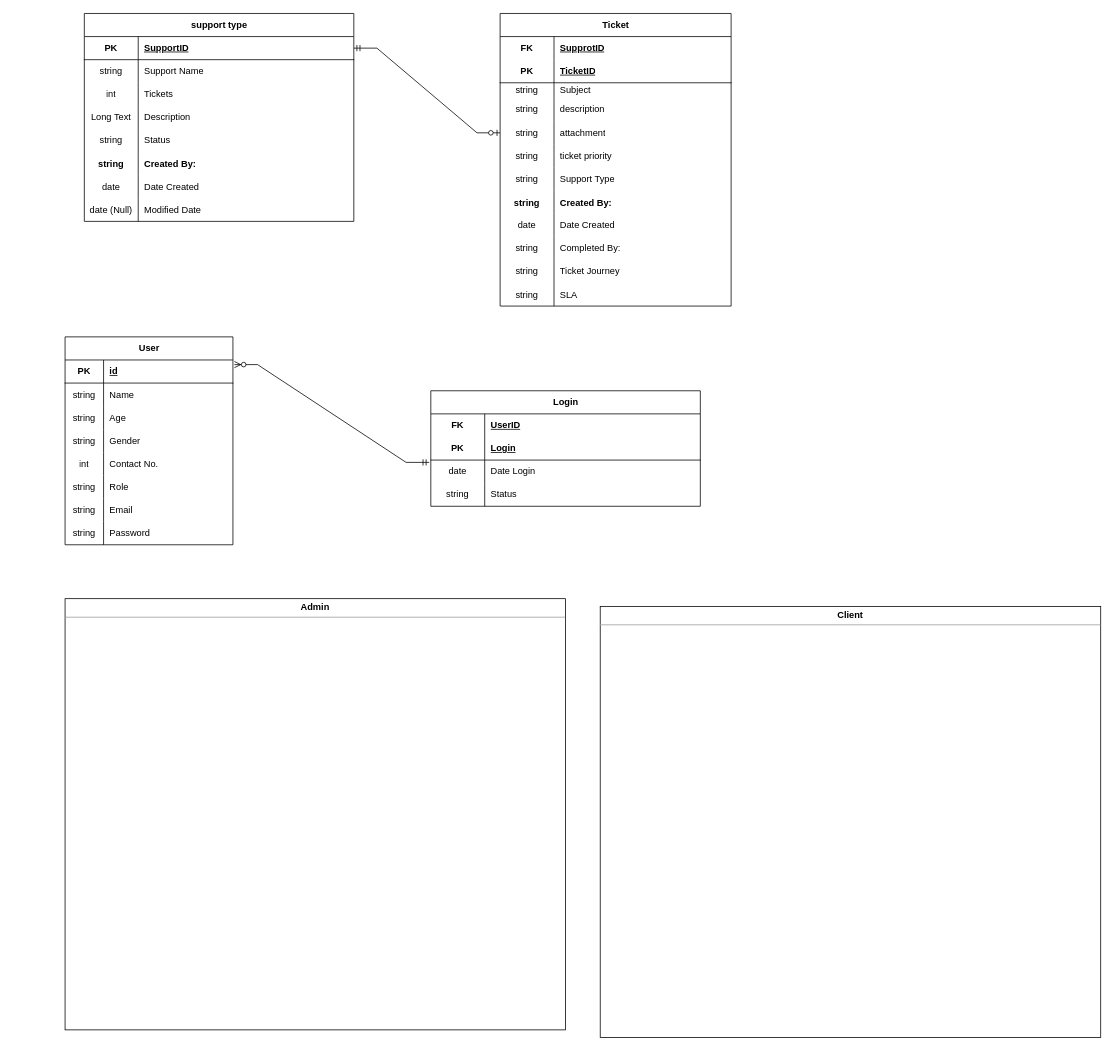
This is page "Page-1" (1 of 2) of hackdesk-erd.drawio from clydeaaron/hackdesk-erd, a draw.io file, before an edit. Source tidied: cells renumbered, new cells numbered last; positions are measured from the earlier drawing's top-left corner, leaving out a move shared by most shapes. Both pictures are drawn from the tidied source at 77%, with x=0, y=0 at pixel (65, 13).
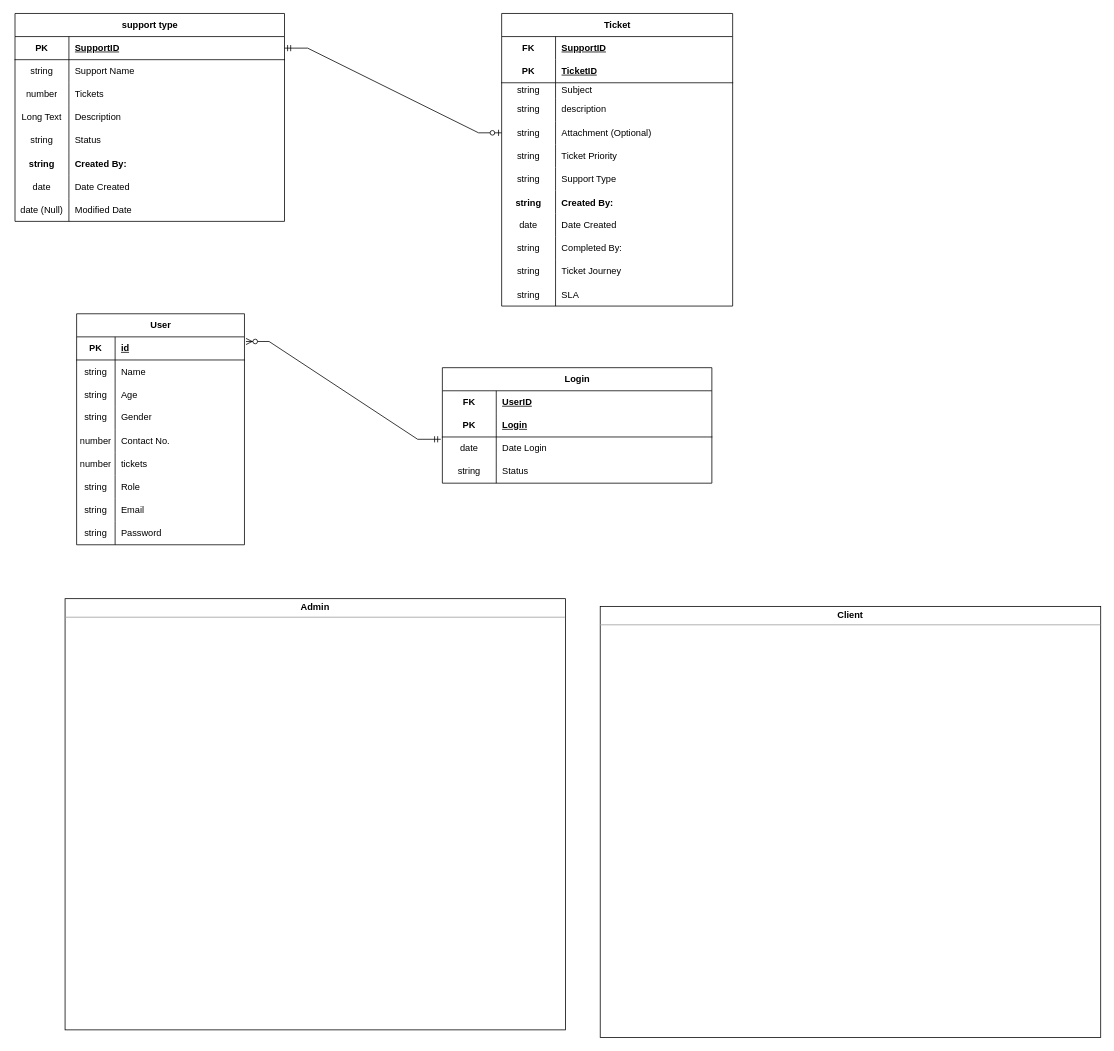
Above is the later version.

The change refers to these unchanged cells:
```xml
<mxCell id="4" style="shape=tableRow;horizontal=0;startSize=0;swimlaneHead=0;swimlaneBody=0;fillColor=none;top=0;left=0;right=0;bottom=0;" parent="3" vertex="1">
  <mxGeometry y="30" width="300" height="30" as="geometry" />
</mxCell>
<mxCell id="16" style="shape=tableRow;horizontal=0;startSize=0;swimlaneHead=0;swimlaneBody=0;fillColor=none;points=[[0,0.5],[1,0.5]];portConstraint=eastwest;top=0;left=0;right=0;bottom=0;" parent="3" vertex="1">
  <mxGeometry y="140" width="300" height="30" as="geometry" />
</mxCell>
<mxCell id="19" style="shape=tableRow;horizontal=0;startSize=0;swimlaneHead=0;swimlaneBody=0;fillColor=none;top=0;left=0;right=0;bottom=0;" parent="3" vertex="1">
  <mxGeometry y="170" width="300" height="30" as="geometry" />
</mxCell>
<mxCell id="54" style="shape=tableRow;horizontal=0;startSize=0;swimlaneHead=0;swimlaneBody=0;fillColor=none;top=0;left=0;right=0;bottom=0;" parent="41" vertex="1">
  <mxGeometry y="150" width="218" height="30" as="geometry" />
</mxCell>
<mxCell id="73" style="shape=tableRow;horizontal=0;startSize=0;swimlaneHead=0;swimlaneBody=0;fillColor=none;top=0;left=0;right=0;bottom=0;" parent="66" vertex="1">
  <mxGeometry y="90" width="350" height="30" as="geometry" />
</mxCell>
```

Diff of the diagram source:
```diff
@@
     <mxCell id="3" value="Ticket" style="shape=table;startSize=30;childLayout=tableLayout;rowLines=0;fontStyle=1;align=center;html=1;" parent="1" vertex="1">
-      <mxGeometry x="565" width="300" height="380" as="geometry" />
+      <mxGeometry x="567" width="300" height="380" as="geometry" />
     </mxCell>
@@
-    <mxCell id="6" value="SupprotID" style="shape=partialRectangle;fillColor=none;top=0;left=0;bottom=0;right=0;align=left;spacingLeft=6;fontStyle=5;overflow=hidden;whiteSpace=wrap;html=1;" parent="4" vertex="1">
+    <mxCell id="6" value="SupportID" style="shape=partialRectangle;fillColor=none;top=0;left=0;bottom=0;right=0;align=left;spacingLeft=6;fontStyle=5;overflow=hidden;whiteSpace=wrap;html=1;" parent="4" vertex="1">
       <mxGeometry x="70" width="230" height="30" as="geometry" />
     </mxCell>
@@
-    <mxCell id="18" value="attachment" style="shape=partialRectangle;fillColor=none;top=0;left=0;bottom=0;right=0;align=left;spacingLeft=6;overflow=hidden;whiteSpace=wrap;html=1;" parent="16" vertex="1">
+    <mxCell id="18" value="Attachment (Optional)" style="shape=partialRectangle;fillColor=none;top=0;left=0;bottom=0;right=0;align=left;spacingLeft=6;overflow=hidden;whiteSpace=wrap;html=1;" parent="16" vertex="1">
       <mxGeometry x="70" width="230" height="30" as="geometry" />
     </mxCell>
@@
-    <mxCell id="21" value="ticket priority" style="shape=partialRectangle;fillColor=none;top=0;left=0;bottom=0;right=0;align=left;spacingLeft=6;overflow=hidden;" parent="19" vertex="1">
+    <mxCell id="21" value="Ticket Priority" style="shape=partialRectangle;fillColor=none;top=0;left=0;bottom=0;right=0;align=left;spacingLeft=6;overflow=hidden;" parent="19" vertex="1">
       <mxGeometry x="70" width="230" height="30" as="geometry" />
     </mxCell>
@@
     <mxCell id="41" value="User" style="shape=table;startSize=30;childLayout=tableLayout;rowLines=0;fontStyle=1;align=center;html=1;" parent="1" vertex="1">
-      <mxGeometry y="420" width="218" height="270" as="geometry" />
+      <mxGeometry x="15" y="390" width="218" height="300" as="geometry" />
     </mxCell>
@@
-    <mxCell id="55" value="int" style="shape=partialRectangle;fillColor=none;top=0;left=0;bottom=0;right=0;overflow=hidden;whiteSpace=wrap;html=1;" parent="54" vertex="1">
+    <mxCell id="55" value="number" style="shape=partialRectangle;fillColor=none;top=0;left=0;bottom=0;right=0;overflow=hidden;whiteSpace=wrap;html=1;" parent="54" vertex="1">
       <mxGeometry width="50" height="30" as="geometry" />
     </mxCell>
@@
+    <mxCell id="107" style="shape=tableRow;horizontal=0;startSize=0;swimlaneHead=0;swimlaneBody=0;fillColor=none;top=0;left=0;right=0;bottom=0;" parent="41" vertex="1">
+      <mxGeometry y="180" width="218" height="30" as="geometry" />
+    </mxCell>
+    <mxCell id="108" value="number" style="shape=partialRectangle;fillColor=none;top=0;left=0;bottom=0;right=0;fontStyle=0;overflow=hidden;whiteSpace=wrap;html=1;" parent="107" vertex="1">
+      <mxGeometry width="50" height="30" as="geometry" />
+    </mxCell>
+    <mxCell id="109" value="tickets" style="shape=partialRectangle;fillColor=none;top=0;left=0;bottom=0;right=0;align=left;spacingLeft=6;fontStyle=0;overflow=hidden;whiteSpace=wrap;html=1;" parent="107" vertex="1">
+      <mxGeometry x="50" width="168" height="30" as="geometry" />
+    </mxCell>
     <mxCell id="57" style="shape=tableRow;horizontal=0;startSize=0;swimlaneHead=0;swimlaneBody=0;fillColor=none;top=0;left=0;right=0;bottom=0;" parent="41" vertex="1">
-      <mxGeometry y="180" width="218" height="30" as="geometry" />
+      <mxGeometry y="210" width="218" height="30" as="geometry" />
     </mxCell>
@@
     <mxCell id="60" style="shape=tableRow;horizontal=0;startSize=0;swimlaneHead=0;swimlaneBody=0;fillColor=none;top=0;left=0;right=0;bottom=0;" parent="41" vertex="1">
-      <mxGeometry y="210" width="218" height="30" as="geometry" />
+      <mxGeometry y="240" width="218" height="30" as="geometry" />
     </mxCell>
@@
     <mxCell id="63" style="shape=tableRow;horizontal=0;startSize=0;swimlaneHead=0;swimlaneBody=0;fillColor=none;top=0;left=0;right=0;bottom=0;" parent="41" vertex="1">
-      <mxGeometry y="240" width="218" height="30" as="geometry" />
+      <mxGeometry y="270" width="218" height="30" as="geometry" />
     </mxCell>
@@
     <mxCell id="66" value="&lt;b&gt;support type&lt;/b&gt;" style="shape=table;startSize=30;childLayout=tableLayout;rowLines=0;fontStyle=0;align=center;html=1;" parent="1" vertex="1">
-      <mxGeometry x="25" width="350" height="270" as="geometry" />
+      <mxGeometry x="-65" width="350" height="270" as="geometry" />
     </mxCell>
@@
-    <mxCell id="74" value="int" style="shape=partialRectangle;fillColor=none;top=0;left=0;bottom=0;right=0;fontStyle=0;overflow=hidden;whiteSpace=wrap;html=1;" parent="73" vertex="1">
+    <mxCell id="74" value="number" style="shape=partialRectangle;fillColor=none;top=0;left=0;bottom=0;right=0;fontStyle=0;overflow=hidden;whiteSpace=wrap;html=1;" parent="73" vertex="1">
       <mxGeometry width="70" height="30" as="geometry" />
     </mxCell>
@@
     <mxCell id="92" value="&lt;b&gt;Login&lt;/b&gt;" style="shape=table;startSize=30;childLayout=tableLayout;rowLines=0;fontStyle=0;align=center;html=1;" parent="1" vertex="1">
-      <mxGeometry x="475" y="490" width="350" height="150" as="geometry" />
+      <mxGeometry x="490" y="460" width="350" height="150" as="geometry" />
     </mxCell>
```
